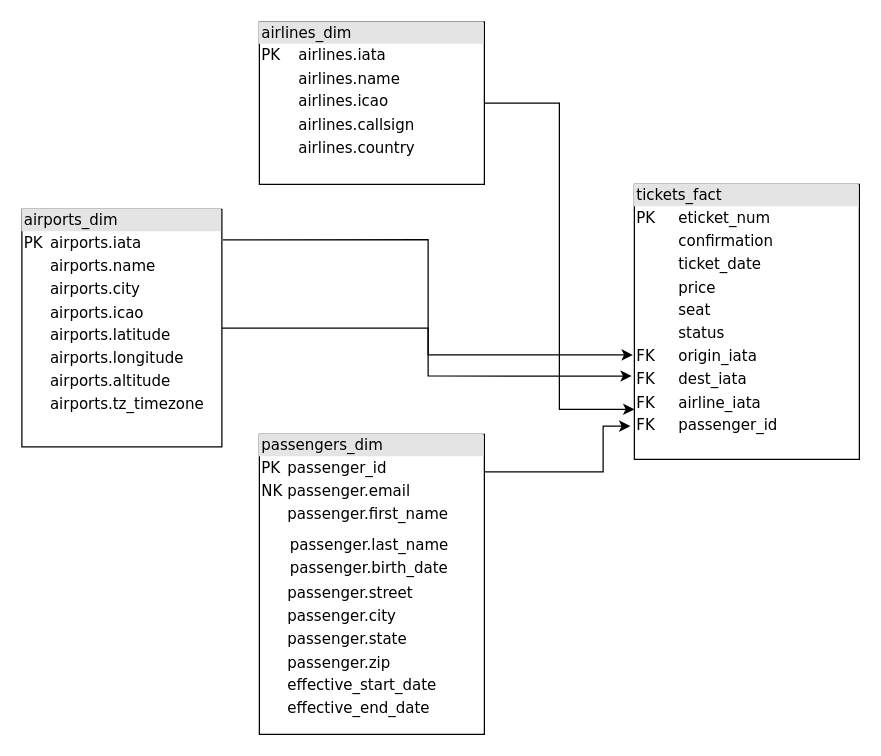
rgiosa10/data-modeling-cr keeps this draw.io diagram as data_modeling/air_travel_data_modeling.drawio. Above is the earlier version. Source tidied: cells renumbered, new cells numbered last; positions are measured from the earlier drawing's top-left corner, leaving out a move shared by most shapes. Both pictures are drawn from the tidied source at 125%, with x=0, y=0 at pixel (21, 21).
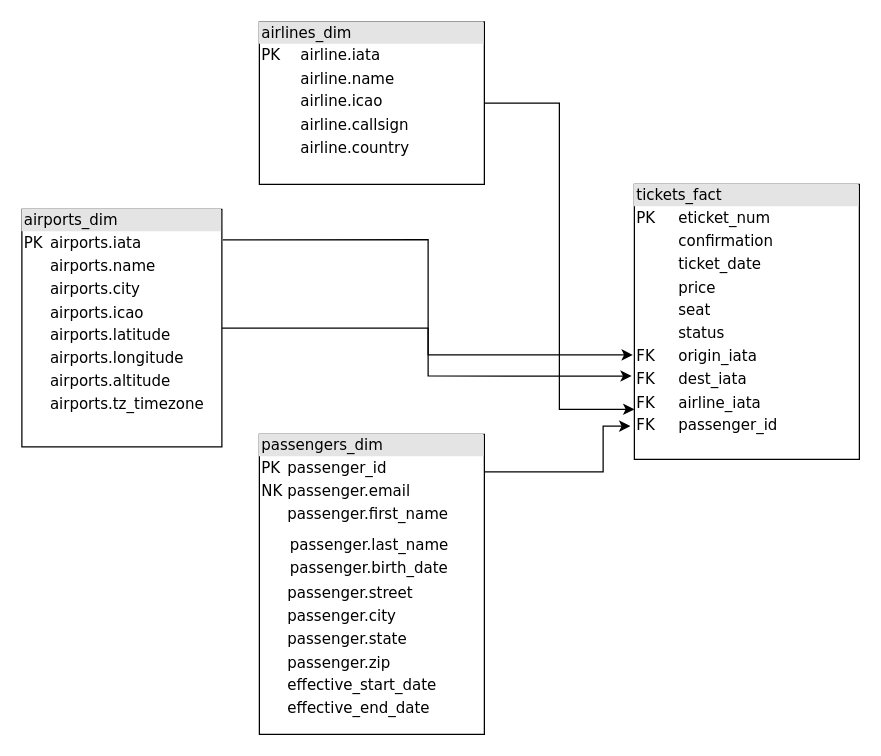
The same page after the edit.

Commit message (it also covers changes not shown here):
complete creation of airports dataframe and ready to load

The edit, as a diff of the source:
```diff
@@
 <mxGraphModel>
   <root>
     <mxCell id="0" />
     <mxCell id="1" parent="0" />
     <mxCell id="2" style="edgeStyle=orthogonalEdgeStyle;rounded=0;jettySize=auto;html=1;entryX=0;entryY=0.818;entryDx=0;entryDy=0;entryPerimeter=0;" parent="1" edge="1" source="3" target="9">
       <mxGeometry relative="1" as="geometry" />
     </mxCell>
-    <mxCell id="3" value="&lt;div style=&quot;box-sizing: border-box ; width: 100% ; background: #e4e4e4 ; padding: 2px&quot;&gt;airlines_dim&lt;/div&gt;&lt;table style=&quot;width: 100% ; font-size: 1em&quot; cellpadding=&quot;2&quot; cellspacing=&quot;0&quot;&gt;&lt;tbody&gt;&lt;tr&gt;&lt;td&gt;PK&lt;/td&gt;&lt;td&gt;airlines.iata&lt;/td&gt;&lt;/tr&gt;&lt;tr&gt;&lt;td&gt;&lt;br&gt;&lt;/td&gt;&lt;td&gt;airlines.name&lt;/td&gt;&lt;/tr&gt;&lt;tr&gt;&lt;td&gt;&lt;/td&gt;&lt;td&gt;airlines.icao&lt;/td&gt;&lt;/tr&gt;&lt;tr&gt;&lt;td&gt;&lt;br&gt;&lt;/td&gt;&lt;td&gt;airlines.callsign&lt;br&gt;&lt;/td&gt;&lt;/tr&gt;&lt;tr&gt;&lt;td&gt;&lt;br&gt;&lt;/td&gt;&lt;td&gt;airlines.country&lt;/td&gt;&lt;/tr&gt;&lt;/tbody&gt;&lt;/table&gt;" style="verticalAlign=top;align=left;overflow=fill;html=1;rounded=0;shadow=0;comic=0;labelBackgroundColor=none;strokeWidth=1;fontFamily=Verdana;fontSize=12;" parent="1" vertex="1">
+    <mxCell id="3" value="&lt;div style=&quot;box-sizing: border-box ; width: 100% ; background: #e4e4e4 ; padding: 2px&quot;&gt;airlines_dim&lt;/div&gt;&lt;table style=&quot;width: 100% ; font-size: 1em&quot; cellpadding=&quot;2&quot; cellspacing=&quot;0&quot;&gt;&lt;tbody&gt;&lt;tr&gt;&lt;td&gt;PK&lt;/td&gt;&lt;td&gt;airline.iata&lt;/td&gt;&lt;/tr&gt;&lt;tr&gt;&lt;td&gt;&lt;br&gt;&lt;/td&gt;&lt;td&gt;airline.name&lt;/td&gt;&lt;/tr&gt;&lt;tr&gt;&lt;td&gt;&lt;/td&gt;&lt;td&gt;airline.icao&lt;/td&gt;&lt;/tr&gt;&lt;tr&gt;&lt;td&gt;&lt;br&gt;&lt;/td&gt;&lt;td&gt;airline.callsign&lt;br&gt;&lt;/td&gt;&lt;/tr&gt;&lt;tr&gt;&lt;td&gt;&lt;br&gt;&lt;/td&gt;&lt;td&gt;airline.country&lt;/td&gt;&lt;/tr&gt;&lt;/tbody&gt;&lt;/table&gt;" style="verticalAlign=top;align=left;overflow=fill;html=1;rounded=0;shadow=0;comic=0;labelBackgroundColor=none;strokeWidth=1;fontFamily=Verdana;fontSize=12;" parent="1" vertex="1">
       <mxGeometry x="190" width="180" height="130" as="geometry" />
     </mxCell>
     <mxCell id="4" style="edgeStyle=orthogonalEdgeStyle;rounded=0;jettySize=auto;html=1;entryX=-0.007;entryY=0.62;entryDx=0;entryDy=0;entryPerimeter=0;exitX=1.005;exitY=0.128;exitDx=0;exitDy=0;exitPerimeter=0;" parent="1" edge="1" source="6" target="9">
       <mxGeometry relative="1" as="geometry" />
     </mxCell>
     <mxCell id="5" style="edgeStyle=orthogonalEdgeStyle;rounded=0;jettySize=auto;html=1;entryX=-0.012;entryY=0.697;entryDx=0;entryDy=0;entryPerimeter=0;" parent="1" edge="1" source="6" target="9">
       <mxGeometry relative="1" as="geometry" />
     </mxCell>
     <mxCell id="6" value="&lt;div style=&quot;box-sizing: border-box ; width: 100% ; background: #e4e4e4 ; padding: 2px&quot;&gt;airports_dim&lt;/div&gt;&lt;table style=&quot;width: 100% ; font-size: 1em&quot; cellpadding=&quot;2&quot; cellspacing=&quot;0&quot;&gt;&lt;tbody&gt;&lt;tr&gt;&lt;td&gt;PK&lt;/td&gt;&lt;td&gt;airports.iata&lt;/td&gt;&lt;/tr&gt;&lt;tr&gt;&lt;td&gt;&lt;/td&gt;&lt;td&gt;airports.name&lt;/td&gt;&lt;/tr&gt;&lt;tr&gt;&lt;td&gt;&lt;/td&gt;&lt;td&gt;airports.city&lt;/td&gt;&lt;/tr&gt;&lt;tr&gt;&lt;td&gt;&lt;br&gt;&lt;/td&gt;&lt;td&gt;airports.icao&lt;br&gt;&lt;/td&gt;&lt;/tr&gt;&lt;tr&gt;&lt;td&gt;&lt;br&gt;&lt;/td&gt;&lt;td&gt;airports.latitude&lt;br&gt;&lt;/td&gt;&lt;/tr&gt;&lt;tr&gt;&lt;td&gt;&lt;br&gt;&lt;/td&gt;&lt;td&gt;airports.longitude&lt;/td&gt;&lt;/tr&gt;&lt;tr&gt;&lt;td&gt;&lt;br&gt;&lt;/td&gt;&lt;td&gt;airports.altitude&lt;br&gt;&lt;/td&gt;&lt;/tr&gt;&lt;tr&gt;&lt;td&gt;&lt;br&gt;&lt;/td&gt;&lt;td&gt;airports.tz_timezone&lt;/td&gt;&lt;/tr&gt;&lt;/tbody&gt;&lt;/table&gt;" style="verticalAlign=top;align=left;overflow=fill;html=1;rounded=0;shadow=0;comic=0;labelBackgroundColor=none;strokeWidth=1;fontFamily=Verdana;fontSize=12;" parent="1" vertex="1">
       <mxGeometry y="150" width="160" height="190" as="geometry" />
     </mxCell>
     <mxCell id="7" style="edgeStyle=orthogonalEdgeStyle;rounded=0;jettySize=auto;html=1;entryX=-0.018;entryY=0.879;entryDx=0;entryDy=0;entryPerimeter=0;" parent="1" edge="1" source="8" target="9">
       <mxGeometry relative="1" as="geometry">
         <Array as="points">
           <mxPoint x="465" y="360" />
           <mxPoint x="465" y="323" />
         </Array>
       </mxGeometry>
     </mxCell>
     <mxCell id="8" value="&lt;div style=&quot;box-sizing: border-box ; width: 100% ; background: #e4e4e4 ; padding: 2px&quot;&gt;passengers_dim&lt;/div&gt;&lt;table style=&quot;width: 100% ; font-size: 1em&quot; cellpadding=&quot;2&quot; cellspacing=&quot;0&quot;&gt;&lt;tbody&gt;&lt;tr&gt;&lt;td&gt;PK&lt;/td&gt;&lt;td&gt;passenger_id&lt;/td&gt;&lt;/tr&gt;&lt;tr&gt;&lt;td&gt;NK&lt;/td&gt;&lt;td&gt;passenger.email&lt;/td&gt;&lt;/tr&gt;&lt;tr&gt;&lt;td&gt;&lt;/td&gt;&lt;td&gt;passenger.first_name&lt;/td&gt;&lt;/tr&gt;&lt;tr&gt;&lt;td&gt;&lt;br&gt;&lt;/td&gt;&lt;td&gt;&lt;table style=&quot;border-color: var(--border-color); font-size: 1em; width: 180px;&quot; cellpadding=&quot;2&quot; cellspacing=&quot;0&quot;&gt;&lt;tbody style=&quot;border-color: var(--border-color);&quot;&gt;&lt;tr style=&quot;border-color: var(--border-color);&quot;&gt;&lt;td style=&quot;border-color: var(--border-color);&quot;&gt;&lt;/td&gt;&lt;/tr&gt;&lt;tr style=&quot;border-color: var(--border-color);&quot;&gt;&lt;td style=&quot;border-color: var(--border-color);&quot;&gt;passenger.last_name&lt;/td&gt;&lt;/tr&gt;&lt;tr style=&quot;border-color: var(--border-color);&quot;&gt;&lt;td style=&quot;border-color: var(--border-color);&quot;&gt;passenger.birth_date&lt;/td&gt;&lt;/tr&gt;&lt;/tbody&gt;&lt;/table&gt;&lt;/td&gt;&lt;/tr&gt;&lt;tr&gt;&lt;td&gt;&lt;br&gt;&lt;/td&gt;&lt;td&gt;passenger.street&lt;br&gt;&lt;/td&gt;&lt;/tr&gt;&lt;tr&gt;&lt;td&gt;&lt;br&gt;&lt;/td&gt;&lt;td&gt;passenger.city&lt;br&gt;&lt;/td&gt;&lt;/tr&gt;&lt;tr&gt;&lt;td&gt;&lt;br&gt;&lt;/td&gt;&lt;td&gt;passenger.state&lt;/td&gt;&lt;/tr&gt;&lt;tr&gt;&lt;td&gt;&lt;br&gt;&lt;/td&gt;&lt;td&gt;passenger.zip&lt;/td&gt;&lt;/tr&gt;&lt;tr&gt;&lt;td&gt;&lt;br&gt;&lt;/td&gt;&lt;td&gt;effective_start_date&lt;/td&gt;&lt;/tr&gt;&lt;tr&gt;&lt;td&gt;&lt;br&gt;&lt;/td&gt;&lt;td&gt;effective_end_date&lt;/td&gt;&lt;/tr&gt;&lt;/tbody&gt;&lt;/table&gt;" style="verticalAlign=top;align=left;overflow=fill;html=1;rounded=0;shadow=0;comic=0;labelBackgroundColor=none;strokeWidth=1;fontFamily=Verdana;fontSize=12;" parent="1" vertex="1">
       <mxGeometry x="190" y="330" width="180" height="240" as="geometry" />
     </mxCell>
     <mxCell id="9" value="&lt;div style=&quot;box-sizing: border-box ; width: 100% ; background: #e4e4e4 ; padding: 2px&quot;&gt;tickets_fact&lt;/div&gt;&lt;table style=&quot;width: 100% ; font-size: 1em&quot; cellpadding=&quot;2&quot; cellspacing=&quot;0&quot;&gt;&lt;tbody&gt;&lt;tr&gt;&lt;td&gt;PK&lt;/td&gt;&lt;td&gt;eticket_num&lt;/td&gt;&lt;/tr&gt;&lt;tr&gt;&lt;td&gt;&lt;br&gt;&lt;/td&gt;&lt;td&gt;confirmation&lt;/td&gt;&lt;/tr&gt;&lt;tr&gt;&lt;td&gt;&lt;/td&gt;&lt;td&gt;ticket_date&lt;/td&gt;&lt;/tr&gt;&lt;tr&gt;&lt;td&gt;&lt;br&gt;&lt;/td&gt;&lt;td&gt;price&lt;br&gt;&lt;/td&gt;&lt;/tr&gt;&lt;tr&gt;&lt;td&gt;&lt;br&gt;&lt;/td&gt;&lt;td&gt;seat&lt;/td&gt;&lt;/tr&gt;&lt;tr&gt;&lt;td&gt;&lt;br&gt;&lt;/td&gt;&lt;td&gt;status&lt;/td&gt;&lt;/tr&gt;&lt;tr&gt;&lt;td&gt;FK&lt;/td&gt;&lt;td&gt;origin_iata&lt;/td&gt;&lt;/tr&gt;&lt;tr&gt;&lt;td&gt;FK&lt;/td&gt;&lt;td&gt;dest_iata&lt;/td&gt;&lt;/tr&gt;&lt;tr&gt;&lt;td&gt;FK&lt;/td&gt;&lt;td&gt;airline_iata&lt;/td&gt;&lt;/tr&gt;&lt;tr&gt;&lt;td&gt;FK&lt;/td&gt;&lt;td&gt;passenger_id&lt;/td&gt;&lt;/tr&gt;&lt;/tbody&gt;&lt;/table&gt;" style="verticalAlign=top;align=left;overflow=fill;html=1;rounded=0;shadow=0;comic=0;labelBackgroundColor=none;strokeWidth=1;fontFamily=Verdana;fontSize=12;" parent="1" vertex="1">
       <mxGeometry x="490" y="130" width="180" height="220" as="geometry" />
     </mxCell>
   </root>
 </mxGraphModel>
```
